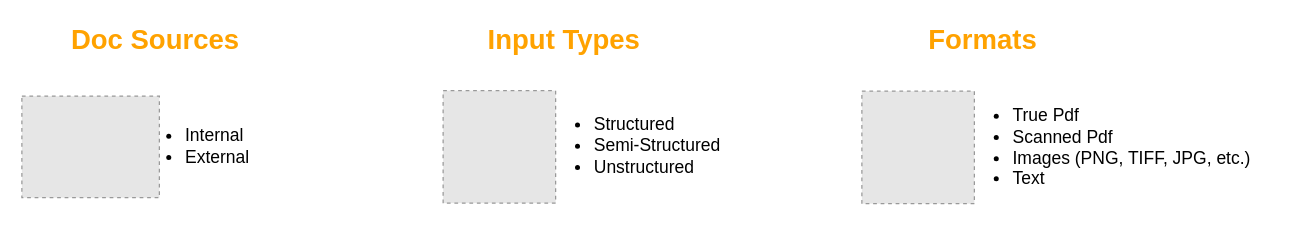
sidthedesigner/Draw.io keeps this draw.io diagram as Replica.drawio. Above is the earlier version. Source tidied: cells renumbered, new cells numbered last; positions are measured from the earlier drawing's top-left corner, leaving out a move shared by most shapes. Both pictures are drawn from the tidied source at 125%, with x=0, y=0 at pixel (21, 21). Pictures stored in the file or linked from it are replaced by grey dashed boxes.
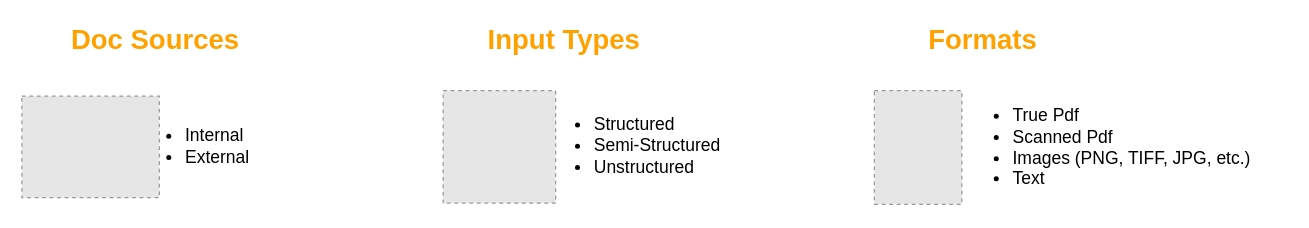
The same diagram, later.

The edit, as a diff of the source:
```diff
@@
 <mxGraphModel>
   <root>
     <mxCell id="0" />
     <mxCell id="1" parent="0" />
+    <mxCell id="11" style="fillColor=#E6E6E6;strokeColor=#999999;dashed=1;verticalLabelPosition=bottom;labelBackgroundColor=default;verticalAlign=top;" parent="1" vertex="1">
+      <mxGeometry x="682" y="55" width="70" height="90.9" as="geometry" />
+    </mxCell>
     <mxCell id="2" style="fillColor=#E6E6E6;strokeColor=#999999;dashed=1;verticalLabelPosition=bottom;labelBackgroundColor=default;verticalAlign=top;" parent="1" vertex="1">
       <mxGeometry x="337" y="55" width="90" height="90" as="geometry" />
     </mxCell>
     <mxCell id="3" value="Doc Sources" style="text;html=1;align=center;verticalAlign=middle;whiteSpace=wrap;rounded=0;fontStyle=1;fontColor=#ffa200;fontSize=22;" parent="1" vertex="1">
       <mxGeometry x="22" width="170" height="30" as="geometry" />
     </mxCell>
     <mxCell id="4" value="&lt;ul style=&quot;font-size: 14px;&quot;&gt;&lt;li style=&quot;font-size: 14px;&quot;&gt;&lt;span style=&quot;background-color: initial; font-size: 14px;&quot;&gt;Internal&lt;/span&gt;&lt;/li&gt;&lt;li style=&quot;font-size: 14px;&quot;&gt;&lt;span style=&quot;background-color: initial; font-size: 14px;&quot;&gt;External&lt;/span&gt;&lt;/li&gt;&lt;/ul&gt;" style="text;html=1;align=left;verticalAlign=middle;whiteSpace=wrap;rounded=0;fontSize=14;" parent="1" vertex="1">
       <mxGeometry x="89" y="59.4" width="110" height="80" as="geometry" />
     </mxCell>
     <mxCell id="5" style="fillColor=#E6E6E6;strokeColor=#999999;dashed=1;verticalLabelPosition=bottom;labelBackgroundColor=default;verticalAlign=top;" parent="1" vertex="1">
       <mxGeometry y="59.4" width="110" height="81.2" as="geometry" />
     </mxCell>
     <mxCell id="6" value="Input Types" style="text;html=1;align=center;verticalAlign=middle;whiteSpace=wrap;rounded=0;fontStyle=1;fontColor=#ffa200;fontSize=22;" parent="1" vertex="1">
       <mxGeometry x="349" width="170" height="30" as="geometry" />
     </mxCell>
     <mxCell id="7" value="&lt;ul style=&quot;font-size: 14px;&quot;&gt;&lt;li style=&quot;font-size: 14px;&quot;&gt;Structured&lt;/li&gt;&lt;li style=&quot;font-size: 14px;&quot;&gt;Semi-Structured&lt;/li&gt;&lt;li style=&quot;font-size: 14px;&quot;&gt;Unstructured&lt;/li&gt;&lt;/ul&gt;" style="text;html=1;align=left;verticalAlign=middle;whiteSpace=wrap;rounded=0;fontSize=14;" parent="1" vertex="1">
       <mxGeometry x="416" y="59.4" width="156" height="80" as="geometry" />
     </mxCell>
-    <mxCell id="8" style="fillColor=#E6E6E6;strokeColor=#999999;dashed=1;verticalLabelPosition=bottom;labelBackgroundColor=default;verticalAlign=top;" parent="1" vertex="1">
-      <mxGeometry x="672" y="55.4" width="90" height="90" as="geometry" />
-    </mxCell>
     <mxCell id="9" value="Formats" style="text;html=1;align=center;verticalAlign=middle;whiteSpace=wrap;rounded=0;fontStyle=1;fontColor=#ffa200;fontSize=22;" parent="1" vertex="1">
       <mxGeometry x="684" y="0.4" width="170" height="30" as="geometry" />
     </mxCell>
     <mxCell id="10" value="&lt;ul style=&quot;font-size: 14px;&quot;&gt;&lt;li style=&quot;font-size: 14px;&quot;&gt;True Pdf&lt;/li&gt;&lt;li style=&quot;font-size: 14px;&quot;&gt;Scanned Pdf&lt;/li&gt;&lt;li style=&quot;font-size: 14px;&quot;&gt;Images (PNG, TIFF, JPG, etc.)&lt;/li&gt;&lt;li style=&quot;font-size: 14px;&quot;&gt;Text&lt;/li&gt;&lt;/ul&gt;" style="text;html=1;align=left;verticalAlign=middle;whiteSpace=wrap;rounded=0;fontSize=14;" parent="1" vertex="1">
       <mxGeometry x="751" y="59.8" width="261" height="80" as="geometry" />
     </mxCell>
   </root>
 </mxGraphModel>
```
